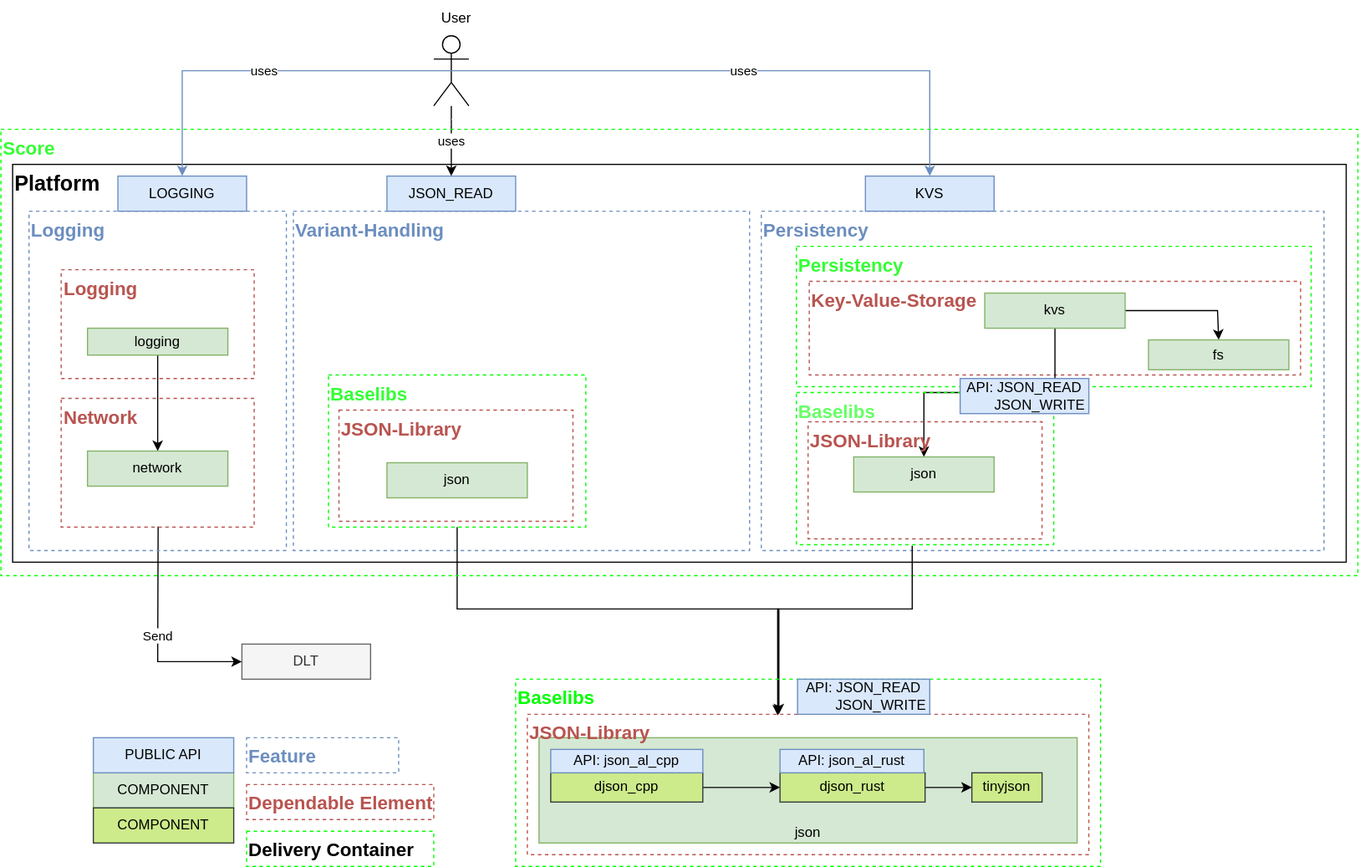
PiotrKorkus/reference_integration keeps this draw.io diagram as main/_images/score_building_blocks_example.drawio.svg. Above is the earlier version. Source tidied: cells renumbered, new cells last; positions are measured from the earlier drawing's top-left corner, leaving out a move shared by most shapes.
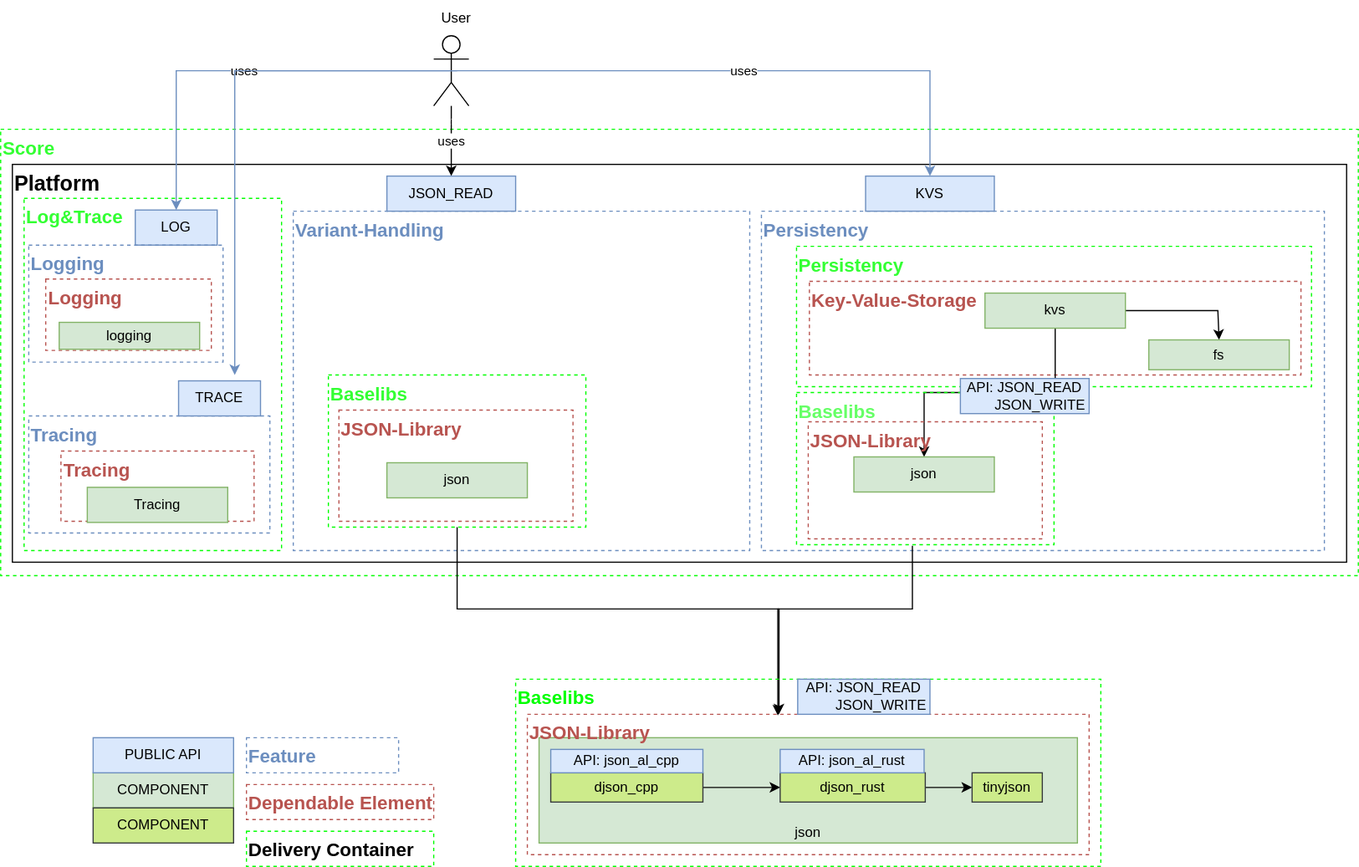
The same file after the commit.

Change to the diagram source:
```diff
@@ -2,12 +2,18 @@
   <root>
     <mxCell id="0" />
     <mxCell id="1" parent="0" />
+    <mxCell id="3" value="Platform" style="rounded=0;whiteSpace=wrap;html=1;align=left;horizontal=1;verticalAlign=top;fontSize=18;fontStyle=1;" parent="1" vertex="1">
+      <mxGeometry x="10" y="140" width="1140" height="340" as="geometry" />
+    </mxCell>
+    <mxCell id="54" value="&lt;font color=&quot;#33ff33&quot;&gt;Log&amp;amp;Trace&lt;/font&gt;" style="rounded=0;whiteSpace=wrap;html=1;fillColor=none;dashed=1;strokeColor=#00FF00;align=left;verticalAlign=top;fontColor=#B85450;fontSize=16;fontStyle=1;" parent="1" vertex="1">
+      <mxGeometry x="20" y="169" width="220" height="301" as="geometry" />
+    </mxCell>
+    <mxCell id="42" value="&lt;font color=&quot;#33ff33&quot;&gt;Score&lt;/font&gt;" style="rounded=0;whiteSpace=wrap;html=1;fillColor=none;dashed=1;strokeColor=#00FF00;align=left;verticalAlign=top;fontColor=#B85450;fontSize=16;fontStyle=1;" parent="1" vertex="1">
+      <mxGeometry y="110" width="1160" height="381.5" as="geometry" />
+    </mxCell>
     <mxCell id="2" value="&lt;br&gt;&lt;br&gt;&lt;br&gt;&lt;br&gt;&lt;br&gt;json" style="rounded=0;whiteSpace=wrap;html=1;fillColor=#d5e8d4;strokeColor=#82b366;" parent="1" vertex="1">
       <mxGeometry x="460" y="630" width="460" height="90" as="geometry" />
     </mxCell>
-    <mxCell id="3" value="Platform" style="rounded=0;whiteSpace=wrap;html=1;align=left;horizontal=1;verticalAlign=top;fontSize=18;fontStyle=1;" parent="1" vertex="1">
-      <mxGeometry x="10" y="140" width="1140" height="340" as="geometry" />
-    </mxCell>
     <mxCell id="4" value="Persistency" style="rounded=0;whiteSpace=wrap;html=1;fillColor=none;dashed=1;strokeColor=#6C8EBF;align=left;verticalAlign=top;fontSize=16;fontStyle=1;fontColor=#6C8EBF;" parent="1" vertex="1">
       <mxGeometry x="650" y="180" width="481" height="290" as="geometry" />
     </mxCell>
@@ -17,27 +23,16 @@
     <mxCell id="6" value="Actor" style="shape=umlActor;verticalLabelPosition=bottom;verticalAlign=top;outlineConnect=0;html=1;fontColor=#ffffff;" parent="1" vertex="1">
       <mxGeometry x="370" y="30" width="30" height="60" as="geometry" />
     </mxCell>
-    <mxCell id="7" value="LOGGING" style="rounded=0;whiteSpace=wrap;html=1;fillColor=#dae8fc;strokeColor=#6c8ebf;" parent="1" vertex="1">
-      <mxGeometry x="100" y="150" width="110" height="30" as="geometry" />
+    <mxCell id="7" value="LOG" style="rounded=0;whiteSpace=wrap;html=1;fillColor=#dae8fc;strokeColor=#6c8ebf;" parent="1" vertex="1">
+      <mxGeometry x="115" y="179" width="70" height="30" as="geometry" />
     </mxCell>
     <mxCell id="8" value="uses" style="endArrow=classic;html=1;rounded=0;entryX=0.5;entryY=0;entryDx=0;entryDy=0;fillColor=#dae8fc;strokeColor=#6c8ebf;exitX=0.5;exitY=0.5;exitDx=0;exitDy=0;exitPerimeter=0;" parent="1" edge="1" source="6" target="7">
       <mxGeometry relative="1" as="geometry">
         <Array as="points">
-          <mxPoint x="155" y="60" />
+          <mxPoint x="150" y="60" />
         </Array>
       </mxGeometry>
     </mxCell>
-    <mxCell id="9" value="DLT" style="rounded=0;whiteSpace=wrap;html=1;fillColor=#f5f5f5;strokeColor=#666666;fontColor=#333333;" parent="1" vertex="1">
-      <mxGeometry x="206" y="550" width="110" height="30" as="geometry" />
-    </mxCell>
-    <mxCell id="10" value="Send" style="endArrow=classic;html=1;rounded=0;entryX=0;entryY=0.5;entryDx=0;entryDy=0;exitX=0.575;exitY=0.995;exitDx=0;exitDy=0;exitPerimeter=0;" parent="1" edge="1" target="9">
-      <mxGeometry relative="1" as="geometry">
-        <mxPoint x="134.4" y="449.5" as="sourcePoint" />
-        <Array as="points">
-          <mxPoint x="134" y="565" />
-        </Array>
-      </mxGeometry>
-    </mxCell>
     <mxCell id="11" value="KVS" style="rounded=0;whiteSpace=wrap;html=1;fillColor=#dae8fc;strokeColor=#6c8ebf;" parent="1" vertex="1">
       <mxGeometry x="739" y="150" width="110" height="30" as="geometry" />
     </mxCell>
@@ -69,22 +64,19 @@
       <mxGeometry x="841" y="250" width="120" height="30" as="geometry" />
     </mxCell>
     <mxCell id="18" value="Logging" style="rounded=0;whiteSpace=wrap;html=1;fillColor=none;dashed=1;strokeColor=#6C8EBF;align=left;verticalAlign=top;fontSize=16;fontStyle=1;fontColor=#6C8EBF;" parent="1" vertex="1">
-      <mxGeometry x="24" y="180" width="220" height="290" as="geometry" />
+      <mxGeometry x="24" y="209" width="166" height="100" as="geometry" />
     </mxCell>
-    <mxCell id="19" style="endArrow=classic;html=1;rounded=0;exitX=0.5;exitY=1;exitDx=0;exitDy=0;" parent="1" edge="1" source="23" target="21">
-      <mxGeometry relative="1" as="geometry" />
-    </mxCell>
-    <mxCell id="20" value="Network" style="rounded=0;whiteSpace=wrap;html=1;fillColor=none;dashed=1;strokeColor=#b85450;align=left;verticalAlign=top;fontColor=#B85450;fontSize=16;fontStyle=1;" parent="1" vertex="1">
-      <mxGeometry x="51.5" y="340" width="165" height="110" as="geometry" />
+    <mxCell id="20" value="Tracing" style="rounded=0;whiteSpace=wrap;html=1;fillColor=none;dashed=1;strokeColor=#b85450;align=left;verticalAlign=top;fontColor=#B85450;fontSize=16;fontStyle=1;" parent="1" vertex="1">
+      <mxGeometry x="51.5" y="385" width="165" height="60" as="geometry" />
     </mxCell>
-    <mxCell id="21" value="network" style="rounded=0;whiteSpace=wrap;html=1;fillColor=#d5e8d4;strokeColor=#82b366;" parent="1" vertex="1">
-      <mxGeometry x="74" y="385" width="120" height="30" as="geometry" />
+    <mxCell id="21" value="Tracing" style="rounded=0;whiteSpace=wrap;html=1;fillColor=#d5e8d4;strokeColor=#82b366;" parent="1" vertex="1">
+      <mxGeometry x="74" y="416" width="120" height="30" as="geometry" />
     </mxCell>
     <mxCell id="22" value="Logging" style="rounded=0;whiteSpace=wrap;html=1;fillColor=none;dashed=1;strokeColor=#b85450;align=left;verticalAlign=top;fontColor=#B85450;fontSize=16;fontStyle=1;" parent="1" vertex="1">
-      <mxGeometry x="51.5" y="230" width="165" height="93" as="geometry" />
+      <mxGeometry x="38.5" y="238" width="141.5" height="61" as="geometry" />
     </mxCell>
     <mxCell id="23" value="logging" style="rounded=0;whiteSpace=wrap;html=1;fillColor=#d5e8d4;strokeColor=#82b366;" parent="1" vertex="1">
-      <mxGeometry x="74" y="280" width="120" height="23" as="geometry" />
+      <mxGeometry x="50" y="275" width="120" height="23" as="geometry" />
     </mxCell>
     <mxCell id="24" value="COMPONENT" style="rounded=0;whiteSpace=wrap;html=1;fillColor=#d5e8d4;strokeColor=#82b366;" parent="1" vertex="1">
       <mxGeometry x="79" y="660" width="120" height="30" as="geometry" />
@@ -145,9 +137,6 @@
     <mxCell id="41" value="&lt;font color=&quot;#33ff33&quot;&gt;Persistency&lt;/font&gt;" style="rounded=0;whiteSpace=wrap;html=1;fillColor=none;dashed=1;strokeColor=#00FF00;align=left;verticalAlign=top;fontColor=#B85450;fontSize=16;fontStyle=1;" parent="1" vertex="1">
       <mxGeometry x="680" y="210" width="440" height="120" as="geometry" />
     </mxCell>
-    <mxCell id="42" value="&lt;font color=&quot;#33ff33&quot;&gt;Score&lt;/font&gt;" style="rounded=0;whiteSpace=wrap;html=1;fillColor=none;dashed=1;strokeColor=#00FF00;align=left;verticalAlign=top;fontColor=#B85450;fontSize=16;fontStyle=1;" parent="1" vertex="1">
-      <mxGeometry y="110" width="1160" height="381.5" as="geometry" />
-    </mxCell>
     <mxCell id="43" value="JSON-Library" style="rounded=0;whiteSpace=wrap;html=1;fillColor=none;dashed=1;strokeColor=#b85450;align=left;verticalAlign=top;fontColor=#B85450;fontSize=16;fontStyle=1;" parent="1" vertex="1">
       <mxGeometry x="690" y="360" width="200" height="100" as="geometry" />
     </mxCell>
@@ -188,5 +177,20 @@
     <mxCell id="53" value="COMPONENT" style="rounded=0;whiteSpace=wrap;html=1;fillColor=#cdeb8b;strokeColor=#36393d;" parent="1" vertex="1">
       <mxGeometry x="79" y="690" width="120" height="30" as="geometry" />
     </mxCell>
+    <mxCell id="55" value="Tracing" style="rounded=0;whiteSpace=wrap;html=1;fillColor=none;dashed=1;strokeColor=#6C8EBF;align=left;verticalAlign=top;fontSize=16;fontStyle=1;fontColor=#6C8EBF;" parent="1" vertex="1">
+      <mxGeometry x="24" y="355" width="206" height="100" as="geometry" />
+    </mxCell>
+    <mxCell id="56" value="TRACE" style="rounded=0;whiteSpace=wrap;html=1;fillColor=#dae8fc;strokeColor=#6c8ebf;" parent="1" vertex="1">
+      <mxGeometry x="152" y="325" width="70" height="30" as="geometry" />
+    </mxCell>
+    <mxCell id="57" style="endArrow=classic;html=1;rounded=0;fillColor=#dae8fc;strokeColor=#6c8ebf;" parent="1" edge="1">
+      <mxGeometry relative="1" as="geometry">
+        <mxPoint x="390" y="60" as="sourcePoint" />
+        <mxPoint x="200" y="320" as="targetPoint" />
+        <Array as="points">
+          <mxPoint x="200" y="60" />
+        </Array>
+      </mxGeometry>
+    </mxCell>
   </root>
 </mxGraphModel>
```
